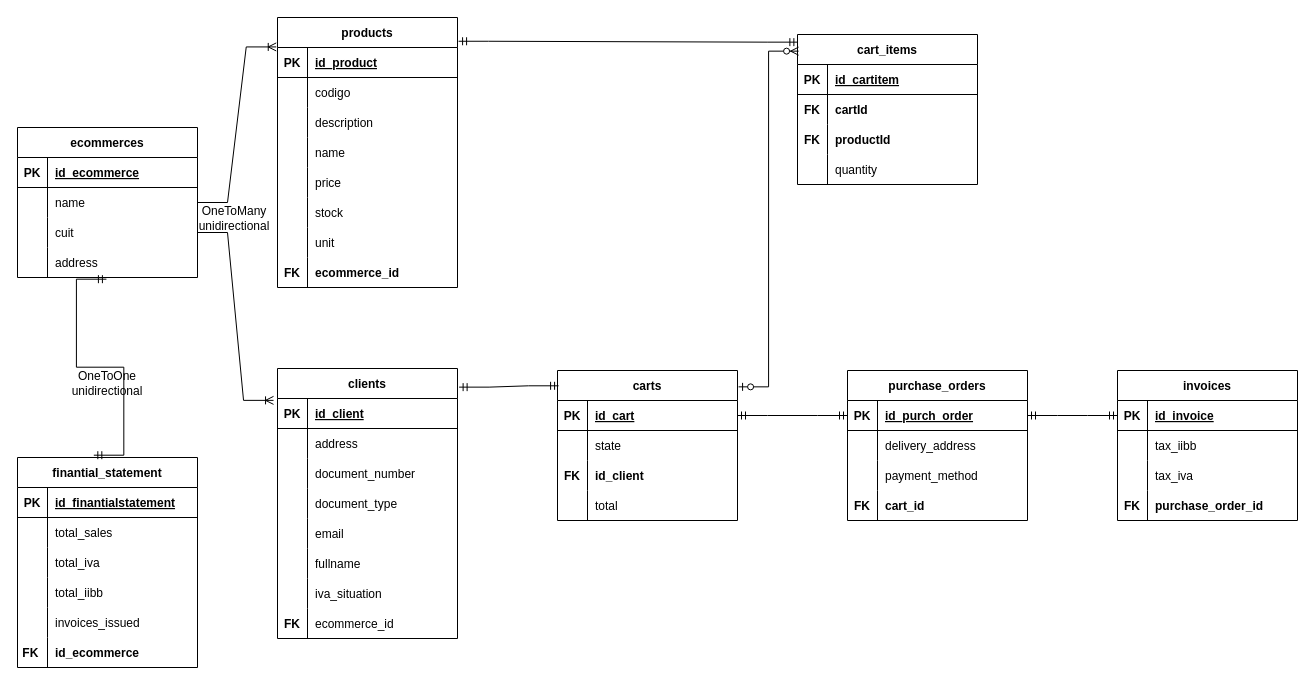
Above: schema.drawio in Iwinslow/springEcommerce (draw.io), before the change. Source tidied: cells renumbered, new cells numbered last; positions are measured from the earlier drawing's top-left corner, leaving out a move shared by most shapes. Both pictures are drawn from the tidied source at 100%, with x=0, y=0 at pixel (17, 17).
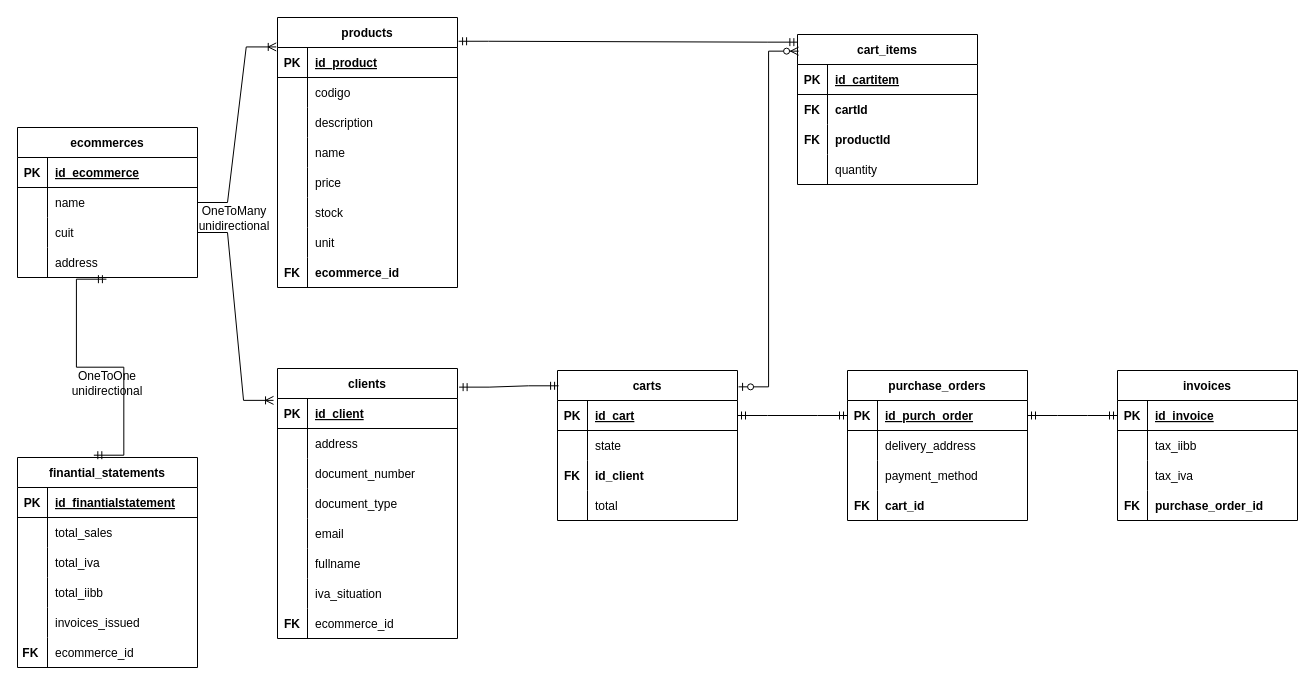
The same page after the edit.

Commit message (it also covers changes not shown here):
updates at proyect setup: create schema and sql inserts to manage one mocked ecommerce

The change refers to these unchanged cells:
```xml
<mxCell id="84" style="shape=tableRow;horizontal=0;startSize=0;swimlaneHead=0;swimlaneBody=0;fillColor=none;top=0;left=0;right=0;bottom=0;" parent="68" vertex="1">
  <mxGeometry y="180" width="180" height="30" as="geometry" />
</mxCell>
```

What changed in the source:
```diff
@@
-    <mxCell id="68" value="finantial_statement" style="shape=table;startSize=30;childLayout=tableLayout;rowLines=0;fontStyle=1;align=center;" parent="1" vertex="1">
+    <mxCell id="68" value="finantial_statements" style="shape=table;startSize=30;childLayout=tableLayout;rowLines=0;fontStyle=1;align=center;" parent="1" vertex="1">
       <mxGeometry y="440" width="180" height="210" as="geometry" />
     </mxCell>
@@
-    <mxCell id="86" value="id_ecommerce" style="shape=partialRectangle;fillColor=none;top=0;left=0;bottom=0;right=0;align=left;spacingLeft=6;overflow=hidden;fontStyle=1;" parent="84" vertex="1">
+    <mxCell id="86" value="ecommerce_id" style="shape=partialRectangle;fillColor=none;top=0;left=0;bottom=0;right=0;align=left;spacingLeft=6;overflow=hidden;fontStyle=0;" parent="84" vertex="1">
       <mxGeometry x="30" width="150" height="30" as="geometry" />
     </mxCell>
```
